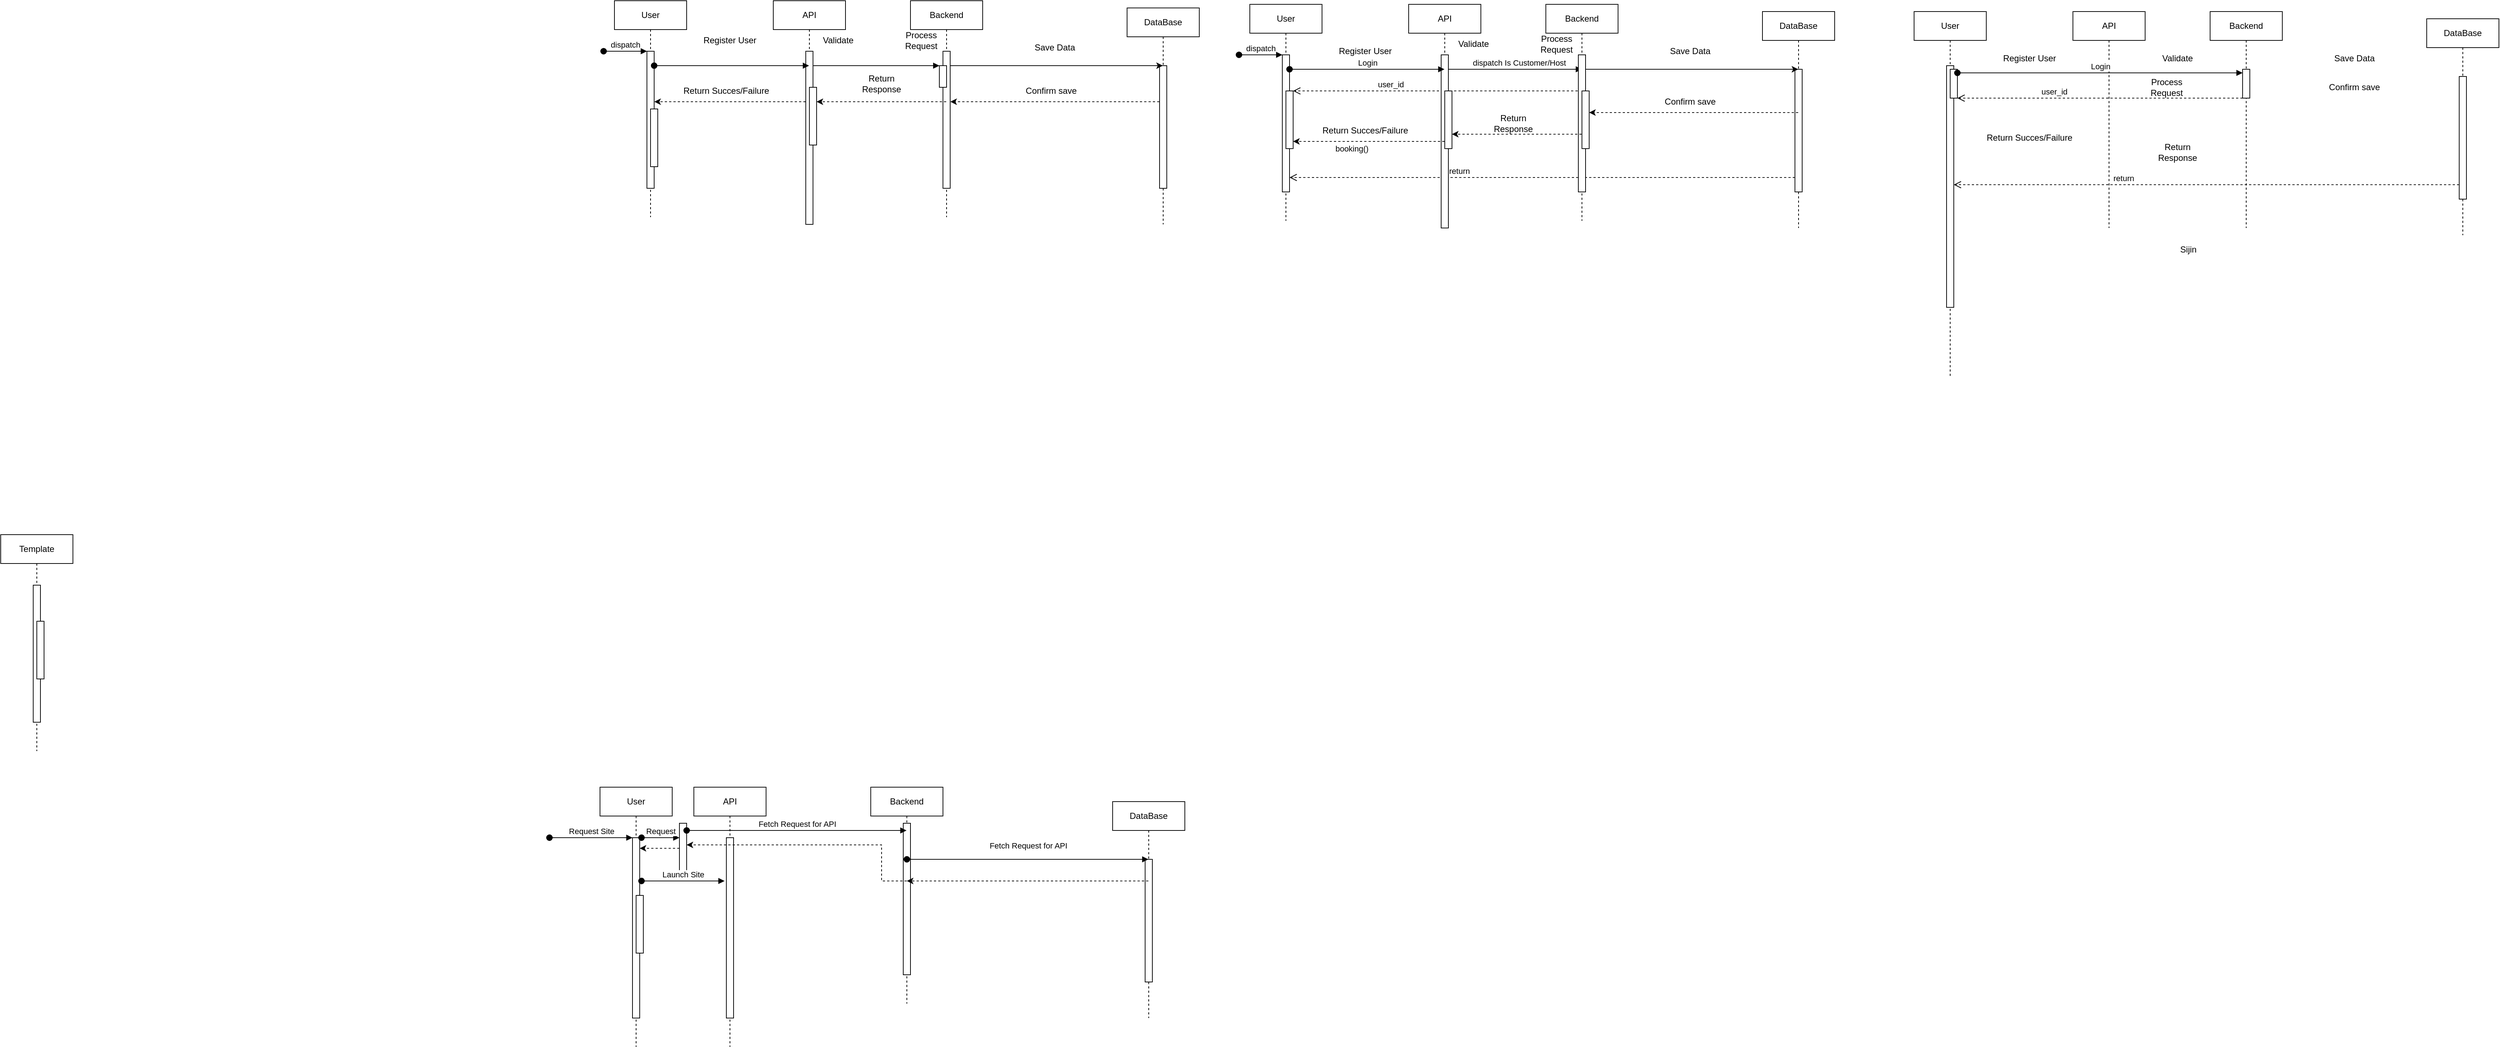
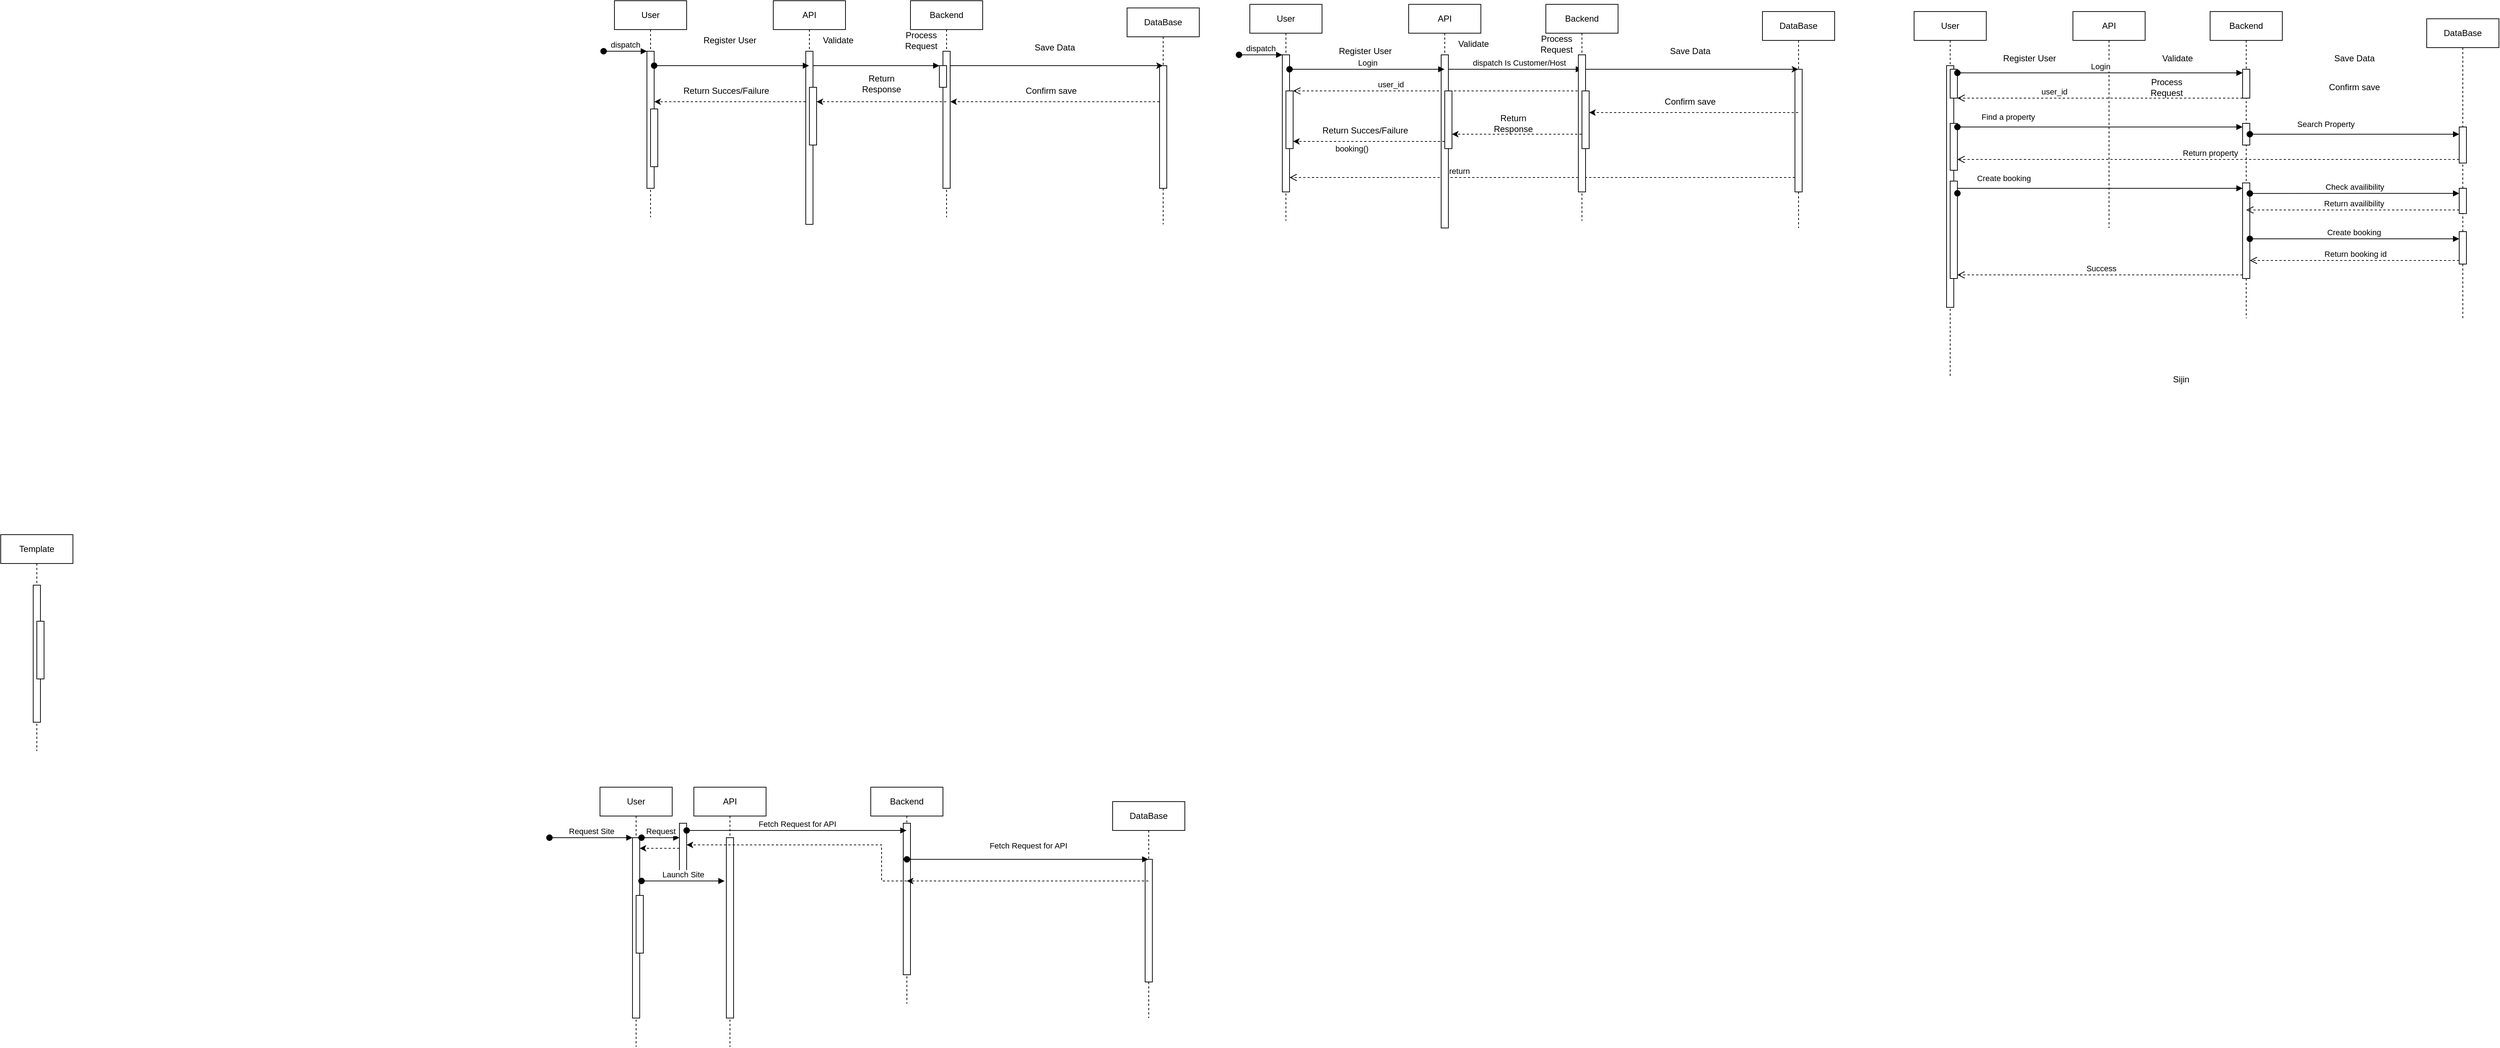
<mxfile host="app.diagrams.net" agent="5.0 (Macintosh; Intel Mac OS X 10_15_7) AppleWebKit/537.36 (KHTML, like Gecko) Chrome/109.0.0.0 Safari/537.36">
  <diagram name="Page-1" id="2YBvvXClWsGukQMizWep">
-     <mxGraphModel dx="1877" dy="375" grid="1" gridSize="10" guides="1" tooltips="1" connect="1" arrows="1" fold="1" page="1" pageScale="1" pageWidth="850" pageHeight="1100" math="0" shadow="0">
+     <mxGraphModel dx="1661" dy="998" grid="1" gridSize="10" guides="1" tooltips="1" connect="1" arrows="1" fold="1" page="1" pageScale="1" pageWidth="850" pageHeight="1100" math="0" shadow="0">
      <root>
        <mxCell id="0" />
        <mxCell id="1" parent="0" />
        <mxCell id="aM9ryv3xv72pqoxQDRHE-1" parent="1" style="shape=umlLifeline;perimeter=lifelinePerimeter;whiteSpace=wrap;html=1;container=0;dropTarget=0;collapsible=0;recursiveResize=0;outlineConnect=0;portConstraint=eastwest;newEdgeStyle={&quot;edgeStyle&quot;:&quot;elbowEdgeStyle&quot;,&quot;elbow&quot;:&quot;vertical&quot;,&quot;curved&quot;:0,&quot;rounded&quot;:0};" value="User" vertex="1">
          <mxGeometry height="300" width="100" x="30" y="40" as="geometry" />
        </mxCell>
        <mxCell id="aM9ryv3xv72pqoxQDRHE-2" parent="aM9ryv3xv72pqoxQDRHE-1" style="html=1;points=[];perimeter=orthogonalPerimeter;outlineConnect=0;targetShapes=umlLifeline;portConstraint=eastwest;newEdgeStyle={&quot;edgeStyle&quot;:&quot;elbowEdgeStyle&quot;,&quot;elbow&quot;:&quot;vertical&quot;,&quot;curved&quot;:0,&quot;rounded&quot;:0};" value="" vertex="1">
          <mxGeometry height="190" width="10" x="45" y="70" as="geometry" />
        </mxCell>
        <mxCell id="aM9ryv3xv72pqoxQDRHE-3" edge="1" parent="aM9ryv3xv72pqoxQDRHE-1" style="html=1;verticalAlign=bottom;startArrow=oval;endArrow=block;startSize=8;edgeStyle=elbowEdgeStyle;elbow=vertical;curved=0;rounded=0;" target="aM9ryv3xv72pqoxQDRHE-2" value="dispatch">
          <mxGeometry relative="1" as="geometry">
            <mxPoint x="-15" y="70" as="sourcePoint" />
          </mxGeometry>
        </mxCell>
        <mxCell id="aM9ryv3xv72pqoxQDRHE-4" parent="aM9ryv3xv72pqoxQDRHE-1" style="html=1;points=[];perimeter=orthogonalPerimeter;outlineConnect=0;targetShapes=umlLifeline;portConstraint=eastwest;newEdgeStyle={&quot;edgeStyle&quot;:&quot;elbowEdgeStyle&quot;,&quot;elbow&quot;:&quot;vertical&quot;,&quot;curved&quot;:0,&quot;rounded&quot;:0};" value="" vertex="1">
          <mxGeometry height="80" width="10" x="50" y="150" as="geometry" />
        </mxCell>
        <mxCell id="aM9ryv3xv72pqoxQDRHE-5" parent="1" style="shape=umlLifeline;perimeter=lifelinePerimeter;whiteSpace=wrap;html=1;container=0;dropTarget=0;collapsible=0;recursiveResize=0;outlineConnect=0;portConstraint=eastwest;newEdgeStyle={&quot;edgeStyle&quot;:&quot;elbowEdgeStyle&quot;,&quot;elbow&quot;:&quot;vertical&quot;,&quot;curved&quot;:0,&quot;rounded&quot;:0};" value="DataBase" vertex="1">
          <mxGeometry height="300" width="100" x="740" y="50" as="geometry" />
        </mxCell>
        <mxCell id="aM9ryv3xv72pqoxQDRHE-6" parent="aM9ryv3xv72pqoxQDRHE-5" style="html=1;points=[];perimeter=orthogonalPerimeter;outlineConnect=0;targetShapes=umlLifeline;portConstraint=eastwest;newEdgeStyle={&quot;edgeStyle&quot;:&quot;elbowEdgeStyle&quot;,&quot;elbow&quot;:&quot;vertical&quot;,&quot;curved&quot;:0,&quot;rounded&quot;:0};" value="" vertex="1">
          <mxGeometry height="170" width="10" x="45" y="80" as="geometry" />
        </mxCell>
        <mxCell id="aM9ryv3xv72pqoxQDRHE-7" edge="1" parent="1" source="7Z1T8ZwHcXeBXznP6D7j-6" style="html=1;verticalAlign=bottom;endArrow=block;edgeStyle=elbowEdgeStyle;elbow=vertical;curved=0;rounded=0;" target="7Z1T8ZwHcXeBXznP6D7j-11" value="">
          <mxGeometry relative="1" x="0.0616" as="geometry">
            <mxPoint as="offset" />
            <Array as="points">
              <mxPoint x="440" y="130" />
            </Array>
            <mxPoint x="195" y="130" as="sourcePoint" />
            <mxPoint x="480" y="130" as="targetPoint" />
          </mxGeometry>
        </mxCell>
        <mxCell id="7Z1T8ZwHcXeBXznP6D7j-5" parent="1" style="shape=umlLifeline;perimeter=lifelinePerimeter;whiteSpace=wrap;html=1;container=0;dropTarget=0;collapsible=0;recursiveResize=0;outlineConnect=0;portConstraint=eastwest;newEdgeStyle={&quot;edgeStyle&quot;:&quot;elbowEdgeStyle&quot;,&quot;elbow&quot;:&quot;vertical&quot;,&quot;curved&quot;:0,&quot;rounded&quot;:0};" value="API" vertex="1">
          <mxGeometry height="300" width="100" x="250" y="40" as="geometry" />
        </mxCell>
        <mxCell id="7Z1T8ZwHcXeBXznP6D7j-6" parent="7Z1T8ZwHcXeBXznP6D7j-5" style="html=1;points=[];perimeter=orthogonalPerimeter;outlineConnect=0;targetShapes=umlLifeline;portConstraint=eastwest;newEdgeStyle={&quot;edgeStyle&quot;:&quot;elbowEdgeStyle&quot;,&quot;elbow&quot;:&quot;vertical&quot;,&quot;curved&quot;:0,&quot;rounded&quot;:0};" value="" vertex="1">
          <mxGeometry height="240" width="10" x="45" y="70" as="geometry" />
        </mxCell>
        <mxCell id="7Z1T8ZwHcXeBXznP6D7j-8" parent="7Z1T8ZwHcXeBXznP6D7j-5" style="html=1;points=[];perimeter=orthogonalPerimeter;outlineConnect=0;targetShapes=umlLifeline;portConstraint=eastwest;newEdgeStyle={&quot;edgeStyle&quot;:&quot;elbowEdgeStyle&quot;,&quot;elbow&quot;:&quot;vertical&quot;,&quot;curved&quot;:0,&quot;rounded&quot;:0};" value="" vertex="1">
          <mxGeometry height="80" width="10" x="50" y="120" as="geometry" />
        </mxCell>
        <mxCell id="7Z1T8ZwHcXeBXznP6D7j-9" parent="1" style="shape=umlLifeline;perimeter=lifelinePerimeter;whiteSpace=wrap;html=1;container=0;dropTarget=0;collapsible=0;recursiveResize=0;outlineConnect=0;portConstraint=eastwest;newEdgeStyle={&quot;edgeStyle&quot;:&quot;elbowEdgeStyle&quot;,&quot;elbow&quot;:&quot;vertical&quot;,&quot;curved&quot;:0,&quot;rounded&quot;:0};" value="&lt;div&gt;Backend&lt;/div&gt;" vertex="1">
          <mxGeometry height="300" width="100" x="440" y="40" as="geometry" />
        </mxCell>
        <mxCell id="7Z1T8ZwHcXeBXznP6D7j-10" parent="7Z1T8ZwHcXeBXznP6D7j-9" style="html=1;points=[];perimeter=orthogonalPerimeter;outlineConnect=0;targetShapes=umlLifeline;portConstraint=eastwest;newEdgeStyle={&quot;edgeStyle&quot;:&quot;elbowEdgeStyle&quot;,&quot;elbow&quot;:&quot;vertical&quot;,&quot;curved&quot;:0,&quot;rounded&quot;:0};" value="" vertex="1">
          <mxGeometry height="190" width="10" x="45" y="70" as="geometry" />
        </mxCell>
        <mxCell id="7Z1T8ZwHcXeBXznP6D7j-11" parent="7Z1T8ZwHcXeBXznP6D7j-9" style="html=1;points=[];perimeter=orthogonalPerimeter;outlineConnect=0;targetShapes=umlLifeline;portConstraint=eastwest;newEdgeStyle={&quot;edgeStyle&quot;:&quot;elbowEdgeStyle&quot;,&quot;elbow&quot;:&quot;vertical&quot;,&quot;curved&quot;:0,&quot;rounded&quot;:0};" value="" vertex="1">
          <mxGeometry height="30" width="10" x="40" y="90" as="geometry" />
        </mxCell>
        <mxCell id="7Z1T8ZwHcXeBXznP6D7j-12" parent="1" style="shape=umlLifeline;perimeter=lifelinePerimeter;whiteSpace=wrap;html=1;container=0;dropTarget=0;collapsible=0;recursiveResize=0;outlineConnect=0;portConstraint=eastwest;newEdgeStyle={&quot;edgeStyle&quot;:&quot;elbowEdgeStyle&quot;,&quot;elbow&quot;:&quot;vertical&quot;,&quot;curved&quot;:0,&quot;rounded&quot;:0};" value="Template" vertex="1">
          <mxGeometry height="300" width="100" x="-820" y="780" as="geometry" />
        </mxCell>
        <mxCell id="7Z1T8ZwHcXeBXznP6D7j-13" parent="7Z1T8ZwHcXeBXznP6D7j-12" style="html=1;points=[];perimeter=orthogonalPerimeter;outlineConnect=0;targetShapes=umlLifeline;portConstraint=eastwest;newEdgeStyle={&quot;edgeStyle&quot;:&quot;elbowEdgeStyle&quot;,&quot;elbow&quot;:&quot;vertical&quot;,&quot;curved&quot;:0,&quot;rounded&quot;:0};" value="" vertex="1">
          <mxGeometry height="190" width="10" x="45" y="70" as="geometry" />
        </mxCell>
        <mxCell id="7Z1T8ZwHcXeBXznP6D7j-14" parent="7Z1T8ZwHcXeBXznP6D7j-12" style="html=1;points=[];perimeter=orthogonalPerimeter;outlineConnect=0;targetShapes=umlLifeline;portConstraint=eastwest;newEdgeStyle={&quot;edgeStyle&quot;:&quot;elbowEdgeStyle&quot;,&quot;elbow&quot;:&quot;vertical&quot;,&quot;curved&quot;:0,&quot;rounded&quot;:0};" value="" vertex="1">
          <mxGeometry height="80" width="10" x="50" y="120" as="geometry" />
        </mxCell>
        <mxCell id="7Z1T8ZwHcXeBXznP6D7j-18" edge="1" parent="1" style="html=1;verticalAlign=bottom;startArrow=oval;endArrow=block;startSize=8;edgeStyle=elbowEdgeStyle;elbow=vertical;curved=0;rounded=0;" target="7Z1T8ZwHcXeBXznP6D7j-5" value="">
          <mxGeometry relative="1" x="-0.3939" y="10" as="geometry">
            <mxPoint as="offset" />
            <mxPoint x="85" y="130" as="sourcePoint" />
            <mxPoint x="150" y="130" as="targetPoint" />
          </mxGeometry>
        </mxCell>
        <mxCell id="D9VVy2PClrj1YHKQl20F-1" parent="1" style="text;html=1;whiteSpace=wrap;strokeColor=none;fillColor=none;align=center;verticalAlign=middle;rounded=0;" value="Register User" vertex="1">
          <mxGeometry height="30" width="100" x="140" y="80" as="geometry" />
        </mxCell>
        <mxCell id="D9VVy2PClrj1YHKQl20F-2" parent="1" style="text;html=1;whiteSpace=wrap;strokeColor=none;fillColor=none;align=center;verticalAlign=middle;rounded=0;" value="Validate" vertex="1">
          <mxGeometry height="30" width="60" x="310" y="80" as="geometry" />
        </mxCell>
        <mxCell id="D9VVy2PClrj1YHKQl20F-3" parent="1" style="text;html=1;whiteSpace=wrap;strokeColor=none;fillColor=none;align=center;verticalAlign=middle;rounded=0;" value="Process Request" vertex="1">
          <mxGeometry height="30" width="60" x="425" y="80" as="geometry" />
        </mxCell>
        <mxCell id="I_nbtK1dwFWHWanF6EMp-1" parent="1" style="text;html=1;whiteSpace=wrap;strokeColor=none;fillColor=none;align=center;verticalAlign=middle;rounded=0;" value="Save Data" vertex="1">
          <mxGeometry height="30" width="60" x="610" y="90" as="geometry" />
        </mxCell>
        <mxCell id="I_nbtK1dwFWHWanF6EMp-2" parent="1" style="text;html=1;whiteSpace=wrap;strokeColor=none;fillColor=none;align=center;verticalAlign=middle;rounded=0;" value="Confirm save" vertex="1">
          <mxGeometry height="30" width="80" x="595.25" y="150" as="geometry" />
        </mxCell>
        <mxCell id="I_nbtK1dwFWHWanF6EMp-3" parent="1" style="text;html=1;whiteSpace=wrap;strokeColor=none;fillColor=none;align=center;verticalAlign=middle;rounded=0;" value="Return Response" vertex="1">
          <mxGeometry height="30" width="60" x="370" y="140" as="geometry" />
        </mxCell>
        <mxCell id="I_nbtK1dwFWHWanF6EMp-4" parent="1" style="text;html=1;whiteSpace=wrap;strokeColor=none;fillColor=none;align=center;verticalAlign=middle;rounded=0;" value="Return Succes/Failure" vertex="1">
          <mxGeometry height="30" width="140" x="115.25" y="150" as="geometry" />
        </mxCell>
        <mxCell id="7Z1T8ZwHcXeBXznP6D7j-20" parent="1" style="shape=umlLifeline;perimeter=lifelinePerimeter;whiteSpace=wrap;html=1;container=0;dropTarget=0;collapsible=0;recursiveResize=0;outlineConnect=0;portConstraint=eastwest;newEdgeStyle={&quot;edgeStyle&quot;:&quot;elbowEdgeStyle&quot;,&quot;elbow&quot;:&quot;vertical&quot;,&quot;curved&quot;:0,&quot;rounded&quot;:0};" value="User" vertex="1">
          <mxGeometry height="360" width="100" x="10" y="1130" as="geometry" />
        </mxCell>
        <mxCell id="7Z1T8ZwHcXeBXznP6D7j-21" parent="7Z1T8ZwHcXeBXznP6D7j-20" style="html=1;points=[];perimeter=orthogonalPerimeter;outlineConnect=0;targetShapes=umlLifeline;portConstraint=eastwest;newEdgeStyle={&quot;edgeStyle&quot;:&quot;elbowEdgeStyle&quot;,&quot;elbow&quot;:&quot;vertical&quot;,&quot;curved&quot;:0,&quot;rounded&quot;:0};" value="" vertex="1">
          <mxGeometry height="250" width="10" x="45" y="70" as="geometry" />
        </mxCell>
        <mxCell id="7Z1T8ZwHcXeBXznP6D7j-22" edge="1" parent="7Z1T8ZwHcXeBXznP6D7j-20" style="html=1;verticalAlign=bottom;startArrow=oval;endArrow=block;startSize=8;edgeStyle=elbowEdgeStyle;elbow=vertical;curved=0;rounded=0;" target="7Z1T8ZwHcXeBXznP6D7j-21" value="&lt;div&gt;Request Site&lt;/div&gt;">
          <mxGeometry relative="1" as="geometry">
            <mxPoint x="-70" y="70" as="sourcePoint" />
          </mxGeometry>
        </mxCell>
        <mxCell id="7Z1T8ZwHcXeBXznP6D7j-23" parent="7Z1T8ZwHcXeBXznP6D7j-20" style="html=1;points=[];perimeter=orthogonalPerimeter;outlineConnect=0;targetShapes=umlLifeline;portConstraint=eastwest;newEdgeStyle={&quot;edgeStyle&quot;:&quot;elbowEdgeStyle&quot;,&quot;elbow&quot;:&quot;vertical&quot;,&quot;curved&quot;:0,&quot;rounded&quot;:0};" value="" vertex="1">
          <mxGeometry height="80" width="10" x="50" y="150" as="geometry" />
        </mxCell>
        <mxCell id="_QFFP_39c0ER-aZENGy8-1" edge="1" parent="1" source="7Z1T8ZwHcXeBXznP6D7j-10" style="endArrow=classic;html=1;rounded=0;" target="aM9ryv3xv72pqoxQDRHE-5" value="">
          <mxGeometry height="50" relative="1" width="50" as="geometry">
            <Array as="points">
              <mxPoint x="650" y="130" />
            </Array>
            <mxPoint x="490" y="170" as="sourcePoint" />
            <mxPoint x="540" y="120" as="targetPoint" />
          </mxGeometry>
        </mxCell>
        <mxCell id="7Z1T8ZwHcXeBXznP6D7j-24" parent="1" style="shape=umlLifeline;perimeter=lifelinePerimeter;whiteSpace=wrap;html=1;container=0;dropTarget=0;collapsible=0;recursiveResize=0;outlineConnect=0;portConstraint=eastwest;newEdgeStyle={&quot;edgeStyle&quot;:&quot;elbowEdgeStyle&quot;,&quot;elbow&quot;:&quot;vertical&quot;,&quot;curved&quot;:0,&quot;rounded&quot;:0};" value="DataBase" vertex="1">
          <mxGeometry height="300" width="100" x="720" y="1150" as="geometry" />
        </mxCell>
        <mxCell id="7Z1T8ZwHcXeBXznP6D7j-25" parent="7Z1T8ZwHcXeBXznP6D7j-24" style="html=1;points=[];perimeter=orthogonalPerimeter;outlineConnect=0;targetShapes=umlLifeline;portConstraint=eastwest;newEdgeStyle={&quot;edgeStyle&quot;:&quot;elbowEdgeStyle&quot;,&quot;elbow&quot;:&quot;vertical&quot;,&quot;curved&quot;:0,&quot;rounded&quot;:0};" value="" vertex="1">
          <mxGeometry height="170" width="10" x="45" y="80" as="geometry" />
        </mxCell>
        <mxCell id="_QFFP_39c0ER-aZENGy8-2" edge="1" parent="1" style="endArrow=classic;html=1;rounded=0;dashed=1;" value="">
          <mxGeometry height="50" relative="1" width="50" as="geometry">
            <Array as="points">
              <mxPoint x="635.25" y="180" />
            </Array>
            <mxPoint x="784.75" y="179.9999999999999" as="sourcePoint" />
            <mxPoint x="495.25" y="179.9999999999999" as="targetPoint" />
          </mxGeometry>
        </mxCell>
        <mxCell id="_QFFP_39c0ER-aZENGy8-3" edge="1" parent="1" style="endArrow=classic;html=1;rounded=0;dashed=1;" value="">
          <mxGeometry height="50" relative="1" width="50" as="geometry">
            <Array as="points">
              <mxPoint x="400" y="180" />
            </Array>
            <mxPoint x="489.5" y="179.9999999999999" as="sourcePoint" />
            <mxPoint x="310" y="179.9999999999999" as="targetPoint" />
          </mxGeometry>
        </mxCell>
        <mxCell id="_QFFP_39c0ER-aZENGy8-4" edge="1" parent="1" style="endArrow=classic;html=1;rounded=0;dashed=1;" value="">
          <mxGeometry height="50" relative="1" width="50" as="geometry">
            <Array as="points">
              <mxPoint x="195.25" y="180" />
            </Array>
            <mxPoint x="294.75" y="179.9999999999999" as="sourcePoint" />
            <mxPoint x="85.25" y="179.9999999999999" as="targetPoint" />
          </mxGeometry>
        </mxCell>
        <mxCell id="_QFFP_39c0ER-aZENGy8-33" parent="1" style="shape=umlLifeline;perimeter=lifelinePerimeter;whiteSpace=wrap;html=1;container=0;dropTarget=0;collapsible=0;recursiveResize=0;outlineConnect=0;portConstraint=eastwest;newEdgeStyle={&quot;edgeStyle&quot;:&quot;elbowEdgeStyle&quot;,&quot;elbow&quot;:&quot;vertical&quot;,&quot;curved&quot;:0,&quot;rounded&quot;:0};" value="User" vertex="1">
          <mxGeometry height="300" width="100" x="910" y="45" as="geometry" />
        </mxCell>
        <mxCell id="_QFFP_39c0ER-aZENGy8-34" parent="_QFFP_39c0ER-aZENGy8-33" style="html=1;points=[];perimeter=orthogonalPerimeter;outlineConnect=0;targetShapes=umlLifeline;portConstraint=eastwest;newEdgeStyle={&quot;edgeStyle&quot;:&quot;elbowEdgeStyle&quot;,&quot;elbow&quot;:&quot;vertical&quot;,&quot;curved&quot;:0,&quot;rounded&quot;:0};" value="" vertex="1">
          <mxGeometry height="190" width="10" x="45" y="70" as="geometry" />
        </mxCell>
        <mxCell id="_QFFP_39c0ER-aZENGy8-35" edge="1" parent="_QFFP_39c0ER-aZENGy8-33" style="html=1;verticalAlign=bottom;startArrow=oval;endArrow=block;startSize=8;edgeStyle=elbowEdgeStyle;elbow=vertical;curved=0;rounded=0;" target="_QFFP_39c0ER-aZENGy8-34" value="dispatch">
          <mxGeometry relative="1" as="geometry">
            <mxPoint x="-15" y="70" as="sourcePoint" />
          </mxGeometry>
        </mxCell>
        <mxCell id="_QFFP_39c0ER-aZENGy8-36" parent="_QFFP_39c0ER-aZENGy8-33" style="html=1;points=[];perimeter=orthogonalPerimeter;outlineConnect=0;targetShapes=umlLifeline;portConstraint=eastwest;newEdgeStyle={&quot;edgeStyle&quot;:&quot;elbowEdgeStyle&quot;,&quot;elbow&quot;:&quot;vertical&quot;,&quot;curved&quot;:0,&quot;rounded&quot;:0};" value="" vertex="1">
          <mxGeometry height="80" width="10" x="50" y="120" as="geometry" />
        </mxCell>
        <mxCell id="7Z1T8ZwHcXeBXznP6D7j-30" parent="1" style="shape=umlLifeline;perimeter=lifelinePerimeter;whiteSpace=wrap;html=1;container=0;dropTarget=0;collapsible=0;recursiveResize=0;outlineConnect=0;portConstraint=eastwest;newEdgeStyle={&quot;edgeStyle&quot;:&quot;elbowEdgeStyle&quot;,&quot;elbow&quot;:&quot;vertical&quot;,&quot;curved&quot;:0,&quot;rounded&quot;:0};" value="API" vertex="1">
          <mxGeometry height="360" width="100" x="140" y="1130" as="geometry" />
        </mxCell>
        <mxCell id="7Z1T8ZwHcXeBXznP6D7j-31" parent="7Z1T8ZwHcXeBXznP6D7j-30" style="html=1;points=[];perimeter=orthogonalPerimeter;outlineConnect=0;targetShapes=umlLifeline;portConstraint=eastwest;newEdgeStyle={&quot;edgeStyle&quot;:&quot;elbowEdgeStyle&quot;,&quot;elbow&quot;:&quot;vertical&quot;,&quot;curved&quot;:0,&quot;rounded&quot;:0};" value="" vertex="1">
          <mxGeometry height="250" width="10" x="45" y="70" as="geometry" />
        </mxCell>
        <mxCell id="_QFFP_39c0ER-aZENGy8-37" parent="1" style="shape=umlLifeline;perimeter=lifelinePerimeter;whiteSpace=wrap;html=1;container=0;dropTarget=0;collapsible=0;recursiveResize=0;outlineConnect=0;portConstraint=eastwest;newEdgeStyle={&quot;edgeStyle&quot;:&quot;elbowEdgeStyle&quot;,&quot;elbow&quot;:&quot;vertical&quot;,&quot;curved&quot;:0,&quot;rounded&quot;:0};" value="DataBase" vertex="1">
          <mxGeometry height="300" width="100" x="1620" y="55" as="geometry" />
        </mxCell>
        <mxCell id="_QFFP_39c0ER-aZENGy8-38" parent="_QFFP_39c0ER-aZENGy8-37" style="html=1;points=[];perimeter=orthogonalPerimeter;outlineConnect=0;targetShapes=umlLifeline;portConstraint=eastwest;newEdgeStyle={&quot;edgeStyle&quot;:&quot;elbowEdgeStyle&quot;,&quot;elbow&quot;:&quot;vertical&quot;,&quot;curved&quot;:0,&quot;rounded&quot;:0};" value="" vertex="1">
          <mxGeometry height="170" width="10" x="45" y="80" as="geometry" />
        </mxCell>
        <mxCell id="7Z1T8ZwHcXeBXznP6D7j-33" parent="1" style="shape=umlLifeline;perimeter=lifelinePerimeter;whiteSpace=wrap;html=1;container=0;dropTarget=0;collapsible=0;recursiveResize=0;outlineConnect=0;portConstraint=eastwest;newEdgeStyle={&quot;edgeStyle&quot;:&quot;elbowEdgeStyle&quot;,&quot;elbow&quot;:&quot;vertical&quot;,&quot;curved&quot;:0,&quot;rounded&quot;:0};" value="&lt;div&gt;Backend&lt;/div&gt;" vertex="1">
          <mxGeometry height="300" width="100" x="385" y="1130" as="geometry" />
        </mxCell>
        <mxCell id="7Z1T8ZwHcXeBXznP6D7j-34" parent="7Z1T8ZwHcXeBXznP6D7j-33" style="html=1;points=[];perimeter=orthogonalPerimeter;outlineConnect=0;targetShapes=umlLifeline;portConstraint=eastwest;newEdgeStyle={&quot;edgeStyle&quot;:&quot;elbowEdgeStyle&quot;,&quot;elbow&quot;:&quot;vertical&quot;,&quot;curved&quot;:0,&quot;rounded&quot;:0};" value="" vertex="1">
          <mxGeometry height="210" width="10" x="45" y="50" as="geometry" />
        </mxCell>
        <mxCell id="_QFFP_39c0ER-aZENGy8-39" edge="1" parent="1" source="_QFFP_39c0ER-aZENGy8-44" style="html=1;verticalAlign=bottom;endArrow=block;edgeStyle=elbowEdgeStyle;elbow=vertical;curved=0;rounded=0;entryX=0.5;entryY=0.105;entryDx=0;entryDy=0;entryPerimeter=0;" target="_QFFP_39c0ER-aZENGy8-47" value="dispatch Is Customer/Host">
          <mxGeometry relative="1" x="0.0616" as="geometry">
            <mxPoint as="offset" />
            <Array as="points">
              <mxPoint x="1320" y="135" />
            </Array>
            <mxPoint x="1075" y="135" as="sourcePoint" />
            <mxPoint x="1360" y="135" as="targetPoint" />
          </mxGeometry>
        </mxCell>
        <mxCell id="_QFFP_39c0ER-aZENGy8-40" connectable="0" parent="_QFFP_39c0ER-aZENGy8-39" style="edgeLabel;html=1;align=center;verticalAlign=middle;resizable=0;points=[];" value="booking()" vertex="1">
          <mxGeometry relative="1" x="-0.6283" y="3" as="geometry">
            <mxPoint x="-169" y="113" as="offset" />
          </mxGeometry>
        </mxCell>
        <mxCell id="_QFFP_39c0ER-aZENGy8-41" edge="1" parent="1" source="_QFFP_39c0ER-aZENGy8-38" style="html=1;verticalAlign=bottom;endArrow=open;dashed=1;endSize=8;edgeStyle=elbowEdgeStyle;elbow=vertical;curved=0;rounded=0;" target="_QFFP_39c0ER-aZENGy8-34" value="return">
          <mxGeometry relative="1" x="0.3286" as="geometry">
            <mxPoint as="offset" />
            <Array as="points">
              <mxPoint x="1070" y="285" />
            </Array>
            <mxPoint x="1075" y="210" as="targetPoint" />
          </mxGeometry>
        </mxCell>
        <mxCell id="_QFFP_39c0ER-aZENGy8-42" edge="1" parent="1" source="_QFFP_39c0ER-aZENGy8-48" style="html=1;verticalAlign=bottom;endArrow=open;dashed=1;endSize=8;edgeStyle=elbowEdgeStyle;elbow=vertical;curved=0;rounded=0;" target="_QFFP_39c0ER-aZENGy8-36" value="user_id">
          <mxGeometry relative="1" x="0.325" as="geometry">
            <mxPoint as="offset" />
            <Array as="points">
              <mxPoint x="1330" y="165" />
            </Array>
            <mxPoint x="1430" y="165" as="sourcePoint" />
            <mxPoint x="1020" y="165" as="targetPoint" />
          </mxGeometry>
        </mxCell>
        <mxCell id="_QFFP_39c0ER-aZENGy8-43" parent="1" style="shape=umlLifeline;perimeter=lifelinePerimeter;whiteSpace=wrap;html=1;container=0;dropTarget=0;collapsible=0;recursiveResize=0;outlineConnect=0;portConstraint=eastwest;newEdgeStyle={&quot;edgeStyle&quot;:&quot;elbowEdgeStyle&quot;,&quot;elbow&quot;:&quot;vertical&quot;,&quot;curved&quot;:0,&quot;rounded&quot;:0};" value="API" vertex="1">
          <mxGeometry height="300" width="100" x="1130" y="45" as="geometry" />
        </mxCell>
        <mxCell id="_QFFP_39c0ER-aZENGy8-44" parent="_QFFP_39c0ER-aZENGy8-43" style="html=1;points=[];perimeter=orthogonalPerimeter;outlineConnect=0;targetShapes=umlLifeline;portConstraint=eastwest;newEdgeStyle={&quot;edgeStyle&quot;:&quot;elbowEdgeStyle&quot;,&quot;elbow&quot;:&quot;vertical&quot;,&quot;curved&quot;:0,&quot;rounded&quot;:0};" value="" vertex="1">
          <mxGeometry height="240" width="10" x="45" y="70" as="geometry" />
        </mxCell>
        <mxCell id="_QFFP_39c0ER-aZENGy8-45" parent="_QFFP_39c0ER-aZENGy8-43" style="html=1;points=[];perimeter=orthogonalPerimeter;outlineConnect=0;targetShapes=umlLifeline;portConstraint=eastwest;newEdgeStyle={&quot;edgeStyle&quot;:&quot;elbowEdgeStyle&quot;,&quot;elbow&quot;:&quot;vertical&quot;,&quot;curved&quot;:0,&quot;rounded&quot;:0};" value="" vertex="1">
          <mxGeometry height="80" width="10" x="50" y="120" as="geometry" />
        </mxCell>
        <mxCell id="_QFFP_39c0ER-aZENGy8-46" parent="1" style="shape=umlLifeline;perimeter=lifelinePerimeter;whiteSpace=wrap;html=1;container=0;dropTarget=0;collapsible=0;recursiveResize=0;outlineConnect=0;portConstraint=eastwest;newEdgeStyle={&quot;edgeStyle&quot;:&quot;elbowEdgeStyle&quot;,&quot;elbow&quot;:&quot;vertical&quot;,&quot;curved&quot;:0,&quot;rounded&quot;:0};" value="&lt;div&gt;Backend&lt;/div&gt;" vertex="1">
          <mxGeometry height="300" width="100" x="1320" y="45" as="geometry" />
        </mxCell>
        <mxCell id="_QFFP_39c0ER-aZENGy8-47" parent="_QFFP_39c0ER-aZENGy8-46" style="html=1;points=[];perimeter=orthogonalPerimeter;outlineConnect=0;targetShapes=umlLifeline;portConstraint=eastwest;newEdgeStyle={&quot;edgeStyle&quot;:&quot;elbowEdgeStyle&quot;,&quot;elbow&quot;:&quot;vertical&quot;,&quot;curved&quot;:0,&quot;rounded&quot;:0};" value="" vertex="1">
          <mxGeometry height="190" width="10" x="45" y="70" as="geometry" />
        </mxCell>
        <mxCell id="_QFFP_39c0ER-aZENGy8-48" parent="_QFFP_39c0ER-aZENGy8-46" style="html=1;points=[];perimeter=orthogonalPerimeter;outlineConnect=0;targetShapes=umlLifeline;portConstraint=eastwest;newEdgeStyle={&quot;edgeStyle&quot;:&quot;elbowEdgeStyle&quot;,&quot;elbow&quot;:&quot;vertical&quot;,&quot;curved&quot;:0,&quot;rounded&quot;:0};" value="" vertex="1">
          <mxGeometry height="80" width="10" x="50" y="120" as="geometry" />
        </mxCell>
        <mxCell id="_QFFP_39c0ER-aZENGy8-49" edge="1" parent="1" style="html=1;verticalAlign=bottom;startArrow=oval;endArrow=block;startSize=8;edgeStyle=elbowEdgeStyle;elbow=vertical;curved=0;rounded=0;" target="_QFFP_39c0ER-aZENGy8-43" value="Login">
          <mxGeometry relative="1" as="geometry">
            <mxPoint x="965" y="135" as="sourcePoint" />
            <mxPoint x="1030" y="135" as="targetPoint" />
          </mxGeometry>
        </mxCell>
        <mxCell id="_QFFP_39c0ER-aZENGy8-50" parent="1" style="text;html=1;whiteSpace=wrap;strokeColor=none;fillColor=none;align=center;verticalAlign=middle;rounded=0;" value="Register User" vertex="1">
          <mxGeometry height="30" width="100" x="1020" y="95" as="geometry" />
        </mxCell>
        <mxCell id="_QFFP_39c0ER-aZENGy8-51" parent="1" style="text;html=1;whiteSpace=wrap;strokeColor=none;fillColor=none;align=center;verticalAlign=middle;rounded=0;" value="Validate" vertex="1">
          <mxGeometry height="30" width="60" x="1190" y="85" as="geometry" />
        </mxCell>
        <mxCell id="_QFFP_39c0ER-aZENGy8-52" parent="1" style="text;html=1;whiteSpace=wrap;strokeColor=none;fillColor=none;align=center;verticalAlign=middle;rounded=0;" value="Process Request" vertex="1">
          <mxGeometry height="30" width="60" x="1305" y="85" as="geometry" />
        </mxCell>
        <mxCell id="_QFFP_39c0ER-aZENGy8-53" parent="1" style="text;html=1;whiteSpace=wrap;strokeColor=none;fillColor=none;align=center;verticalAlign=middle;rounded=0;" value="Save Data" vertex="1">
          <mxGeometry height="30" width="60" x="1490" y="95" as="geometry" />
        </mxCell>
        <mxCell id="_QFFP_39c0ER-aZENGy8-54" parent="1" style="text;html=1;whiteSpace=wrap;strokeColor=none;fillColor=none;align=center;verticalAlign=middle;rounded=0;" value="Confirm save" vertex="1">
          <mxGeometry height="30" width="80" x="1480" y="165" as="geometry" />
        </mxCell>
        <mxCell id="_QFFP_39c0ER-aZENGy8-55" parent="1" style="text;html=1;whiteSpace=wrap;strokeColor=none;fillColor=none;align=center;verticalAlign=middle;rounded=0;" value="Return Response" vertex="1">
          <mxGeometry height="30" width="60" x="1245" y="195" as="geometry" />
        </mxCell>
        <mxCell id="_QFFP_39c0ER-aZENGy8-56" parent="1" style="text;html=1;whiteSpace=wrap;strokeColor=none;fillColor=none;align=center;verticalAlign=middle;rounded=0;" value="Return Succes/Failure" vertex="1">
          <mxGeometry height="30" width="140" x="1000" y="205" as="geometry" />
        </mxCell>
        <mxCell id="_QFFP_39c0ER-aZENGy8-57" edge="1" parent="1" source="_QFFP_39c0ER-aZENGy8-47" style="endArrow=classic;html=1;rounded=0;" target="_QFFP_39c0ER-aZENGy8-37" value="">
          <mxGeometry height="50" relative="1" width="50" as="geometry">
            <Array as="points">
              <mxPoint x="1530" y="135" />
            </Array>
            <mxPoint x="1370" y="175" as="sourcePoint" />
            <mxPoint x="1420" y="125" as="targetPoint" />
          </mxGeometry>
        </mxCell>
        <mxCell id="_QFFP_39c0ER-aZENGy8-58" edge="1" parent="1" source="_QFFP_39c0ER-aZENGy8-37" style="endArrow=classic;html=1;rounded=0;dashed=1;" target="_QFFP_39c0ER-aZENGy8-48" value="">
          <mxGeometry height="50" relative="1" width="50" as="geometry">
            <Array as="points">
              <mxPoint x="1520" y="195" />
            </Array>
            <mxPoint x="1660" y="235" as="sourcePoint" />
            <mxPoint x="1710" y="185" as="targetPoint" />
          </mxGeometry>
        </mxCell>
        <mxCell id="_QFFP_39c0ER-aZENGy8-59" edge="1" parent="1" source="_QFFP_39c0ER-aZENGy8-46" style="endArrow=classic;html=1;rounded=0;dashed=1;" target="_QFFP_39c0ER-aZENGy8-45" value="">
          <mxGeometry height="50" relative="1" width="50" as="geometry">
            <Array as="points">
              <mxPoint x="1280" y="225" />
            </Array>
            <mxPoint x="1360" y="275" as="sourcePoint" />
            <mxPoint x="1410" y="225" as="targetPoint" />
          </mxGeometry>
        </mxCell>
        <mxCell id="_QFFP_39c0ER-aZENGy8-60" edge="1" parent="1" source="_QFFP_39c0ER-aZENGy8-43" style="endArrow=classic;html=1;rounded=0;dashed=1;" target="_QFFP_39c0ER-aZENGy8-36" value="">
          <mxGeometry height="50" relative="1" width="50" as="geometry">
            <Array as="points">
              <mxPoint x="1080" y="235" />
            </Array>
            <mxPoint x="1340" y="345" as="sourcePoint" />
            <mxPoint x="1390" y="295" as="targetPoint" />
          </mxGeometry>
        </mxCell>
        <mxCell id="68ymO_Sjnk0znAFFcrqy-1" parent="1" style="shape=umlLifeline;perimeter=lifelinePerimeter;whiteSpace=wrap;html=1;container=0;dropTarget=0;collapsible=0;recursiveResize=0;outlineConnect=0;portConstraint=eastwest;newEdgeStyle={&quot;edgeStyle&quot;:&quot;elbowEdgeStyle&quot;,&quot;elbow&quot;:&quot;vertical&quot;,&quot;curved&quot;:0,&quot;rounded&quot;:0};" value="User" vertex="1">
          <mxGeometry height="505" width="100" x="1830" y="55" as="geometry" />
        </mxCell>
        <mxCell id="DhhXMbWg79UAvs8icK3S-2" parent="68ymO_Sjnk0znAFFcrqy-1" style="html=1;points=[];perimeter=orthogonalPerimeter;outlineConnect=0;targetShapes=umlLifeline;portConstraint=eastwest;newEdgeStyle={&quot;edgeStyle&quot;:&quot;elbowEdgeStyle&quot;,&quot;elbow&quot;:&quot;vertical&quot;,&quot;curved&quot;:0,&quot;rounded&quot;:0};" value="" vertex="1">
          <mxGeometry height="335" width="10" x="45" y="75" as="geometry" />
        </mxCell>
        <mxCell id="DhhXMbWg79UAvs8icK3S-4" parent="68ymO_Sjnk0znAFFcrqy-1" style="html=1;points=[];perimeter=orthogonalPerimeter;outlineConnect=0;targetShapes=umlLifeline;portConstraint=eastwest;newEdgeStyle={&quot;edgeStyle&quot;:&quot;elbowEdgeStyle&quot;,&quot;elbow&quot;:&quot;vertical&quot;,&quot;curved&quot;:0,&quot;rounded&quot;:0};" value="" vertex="1">
          <mxGeometry height="40" width="10" x="50" y="80" as="geometry" />
        </mxCell>
+         <mxCell id="DqHyfR3eGS3xM4o2pyak-10" parent="68ymO_Sjnk0znAFFcrqy-1" style="html=1;points=[];perimeter=orthogonalPerimeter;outlineConnect=0;targetShapes=umlLifeline;portConstraint=eastwest;newEdgeStyle={&quot;edgeStyle&quot;:&quot;elbowEdgeStyle&quot;,&quot;elbow&quot;:&quot;vertical&quot;,&quot;curved&quot;:0,&quot;rounded&quot;:0};" value="&lt;span style=&quot;color: rgba(0, 0, 0, 0); font-family: monospace; font-size: 0px; text-align: start;&quot;&gt;%3CmxGraphModel%3E%3Croot%3E%3CmxCell%20id%3D%220%22%2F%3E%3CmxCell%20id%3D%221%22%20parent%3D%220%22%2F%3E%3CmxCell%20id%3D%222%22%20parent%3D%221%22%20style%3D%22html%3D1%3Bpoints%3D%5B%5D%3Bperimeter%3DorthogonalPerimeter%3BoutlineConnect%3D0%3BtargetShapes%3DumlLifeline%3BportConstraint%3Deastwest%3BnewEdgeStyle%3D%7B%26quot%3BedgeStyle%26quot%3B%3A%26quot%3BelbowEdgeStyle%26quot%3B%2C%26quot%3Belbow%26quot%3B%3A%26quot%3Bvertical%26quot%3B%2C%26quot%3Bcurved%26quot%3B%3A0%2C%26quot%3Brounded%26quot%3B%3A0%7D%3B%22%20value%3D%22%22%20vertex%3D%221%22%3E%3CmxGeometry%20height%3D%2230%22%20width%3D%2210%22%20x%3D%222285%22%20y%3D%22210%22%20as%3D%22geometry%22%2F%3E%3C%2FmxCell%3E%3C%2Froot%3E%3C%2FmxGraphModel%3E&lt;/span&gt;" vertex="1">
+           <mxGeometry height="65" width="10" x="50" y="155" as="geometry" />
+         </mxCell>
+         <mxCell id="DqHyfR3eGS3xM4o2pyak-20" parent="68ymO_Sjnk0znAFFcrqy-1" style="html=1;points=[];perimeter=orthogonalPerimeter;outlineConnect=0;targetShapes=umlLifeline;portConstraint=eastwest;newEdgeStyle={&quot;edgeStyle&quot;:&quot;elbowEdgeStyle&quot;,&quot;elbow&quot;:&quot;vertical&quot;,&quot;curved&quot;:0,&quot;rounded&quot;:0};" value="" vertex="1">
+           <mxGeometry height="135" width="10" x="50" y="235" as="geometry" />
+         </mxCell>
        <mxCell id="68ymO_Sjnk0znAFFcrqy-5" parent="1" style="shape=umlLifeline;perimeter=lifelinePerimeter;whiteSpace=wrap;html=1;container=0;dropTarget=0;collapsible=0;recursiveResize=0;outlineConnect=0;portConstraint=eastwest;newEdgeStyle={&quot;edgeStyle&quot;:&quot;elbowEdgeStyle&quot;,&quot;elbow&quot;:&quot;vertical&quot;,&quot;curved&quot;:0,&quot;rounded&quot;:0};" value="DataBase" vertex="1">
-           <mxGeometry height="300" width="100" x="2540" y="65" as="geometry" />
+           <mxGeometry height="415" width="100" x="2540" y="65" as="geometry" />
        </mxCell>
        <mxCell id="68ymO_Sjnk0znAFFcrqy-6" parent="68ymO_Sjnk0znAFFcrqy-5" style="html=1;points=[];perimeter=orthogonalPerimeter;outlineConnect=0;targetShapes=umlLifeline;portConstraint=eastwest;newEdgeStyle={&quot;edgeStyle&quot;:&quot;elbowEdgeStyle&quot;,&quot;elbow&quot;:&quot;vertical&quot;,&quot;curved&quot;:0,&quot;rounded&quot;:0};" value="" vertex="1">
-           <mxGeometry height="170" width="10" x="45" y="80" as="geometry" />
-         </mxCell>
-         <mxCell id="68ymO_Sjnk0znAFFcrqy-9" edge="1" parent="1" source="68ymO_Sjnk0znAFFcrqy-6" style="html=1;verticalAlign=bottom;endArrow=open;dashed=1;endSize=8;edgeStyle=elbowEdgeStyle;elbow=vertical;curved=0;rounded=0;" value="return">
-           <mxGeometry relative="1" x="0.3286" as="geometry">
-             <mxPoint as="offset" />
-             <Array as="points">
-               <mxPoint x="1990" y="295" />
-             </Array>
-             <mxPoint x="1885" y="295" as="targetPoint" />
-           </mxGeometry>
+           <mxGeometry height="50" width="10" x="45" y="150" as="geometry" />
+         </mxCell>
+         <mxCell id="DqHyfR3eGS3xM4o2pyak-24" parent="68ymO_Sjnk0znAFFcrqy-5" style="html=1;points=[];perimeter=orthogonalPerimeter;outlineConnect=0;targetShapes=umlLifeline;portConstraint=eastwest;newEdgeStyle={&quot;edgeStyle&quot;:&quot;elbowEdgeStyle&quot;,&quot;elbow&quot;:&quot;vertical&quot;,&quot;curved&quot;:0,&quot;rounded&quot;:0};" value="" vertex="1">
+           <mxGeometry height="35" width="10" x="45" y="235" as="geometry" />
+         </mxCell>
+         <mxCell id="DqHyfR3eGS3xM4o2pyak-26" parent="68ymO_Sjnk0znAFFcrqy-5" style="html=1;points=[];perimeter=orthogonalPerimeter;outlineConnect=0;targetShapes=umlLifeline;portConstraint=eastwest;newEdgeStyle={&quot;edgeStyle&quot;:&quot;elbowEdgeStyle&quot;,&quot;elbow&quot;:&quot;vertical&quot;,&quot;curved&quot;:0,&quot;rounded&quot;:0};" value="" vertex="1">
+           <mxGeometry height="45" width="10" x="45" y="295" as="geometry" />
        </mxCell>
        <mxCell id="68ymO_Sjnk0znAFFcrqy-10" edge="1" parent="1" source="68ymO_Sjnk0znAFFcrqy-16" style="html=1;verticalAlign=bottom;endArrow=open;dashed=1;endSize=8;edgeStyle=elbowEdgeStyle;elbow=vertical;curved=0;rounded=0;" target="DhhXMbWg79UAvs8icK3S-4" value="user_id">
          <mxGeometry relative="1" x="0.325" as="geometry">
            <mxPoint as="offset" />
            <Array as="points">
              <mxPoint x="2260" y="175" />
            </Array>
            <mxPoint x="2260" y="175" as="sourcePoint" />
            <mxPoint x="1910" y="180" as="targetPoint" />
          </mxGeometry>
        </mxCell>
        <mxCell id="68ymO_Sjnk0znAFFcrqy-11" parent="1" style="shape=umlLifeline;perimeter=lifelinePerimeter;whiteSpace=wrap;html=1;container=0;dropTarget=0;collapsible=0;recursiveResize=0;outlineConnect=0;portConstraint=eastwest;newEdgeStyle={&quot;edgeStyle&quot;:&quot;elbowEdgeStyle&quot;,&quot;elbow&quot;:&quot;vertical&quot;,&quot;curved&quot;:0,&quot;rounded&quot;:0};" value="API" vertex="1">
          <mxGeometry height="300" width="100" x="2050" y="55" as="geometry" />
        </mxCell>
        <mxCell id="68ymO_Sjnk0znAFFcrqy-14" parent="1" style="shape=umlLifeline;perimeter=lifelinePerimeter;whiteSpace=wrap;html=1;container=0;dropTarget=0;collapsible=0;recursiveResize=0;outlineConnect=0;portConstraint=eastwest;newEdgeStyle={&quot;edgeStyle&quot;:&quot;elbowEdgeStyle&quot;,&quot;elbow&quot;:&quot;vertical&quot;,&quot;curved&quot;:0,&quot;rounded&quot;:0};" value="&lt;div&gt;Backend&lt;/div&gt;" vertex="1">
-           <mxGeometry height="300" width="100" x="2240" y="55" as="geometry" />
+           <mxGeometry height="425" width="100" x="2240" y="55" as="geometry" />
        </mxCell>
        <mxCell id="68ymO_Sjnk0znAFFcrqy-16" parent="68ymO_Sjnk0znAFFcrqy-14" style="html=1;points=[];perimeter=orthogonalPerimeter;outlineConnect=0;targetShapes=umlLifeline;portConstraint=eastwest;newEdgeStyle={&quot;edgeStyle&quot;:&quot;elbowEdgeStyle&quot;,&quot;elbow&quot;:&quot;vertical&quot;,&quot;curved&quot;:0,&quot;rounded&quot;:0};" value="" vertex="1">
          <mxGeometry height="40" width="10" x="45" y="80" as="geometry" />
        </mxCell>
+         <mxCell id="DqHyfR3eGS3xM4o2pyak-22" parent="68ymO_Sjnk0znAFFcrqy-14" style="html=1;points=[];perimeter=orthogonalPerimeter;outlineConnect=0;targetShapes=umlLifeline;portConstraint=eastwest;newEdgeStyle={&quot;edgeStyle&quot;:&quot;elbowEdgeStyle&quot;,&quot;elbow&quot;:&quot;vertical&quot;,&quot;curved&quot;:0,&quot;rounded&quot;:0};" value="" vertex="1">
+           <mxGeometry height="132.5" width="10" x="45" y="237.5" as="geometry" />
+         </mxCell>
        <mxCell id="68ymO_Sjnk0znAFFcrqy-17" edge="1" parent="1" source="DhhXMbWg79UAvs8icK3S-4" style="html=1;verticalAlign=bottom;startArrow=oval;endArrow=block;startSize=8;edgeStyle=elbowEdgeStyle;elbow=vertical;curved=0;rounded=0;" target="68ymO_Sjnk0znAFFcrqy-16" value="Login">
          <mxGeometry relative="1" as="geometry">
            <Array as="points">
              <mxPoint x="2270" y="140" />
            </Array>
            <mxPoint x="1900" y="140" as="sourcePoint" />
            <mxPoint x="2270" y="140" as="targetPoint" />
          </mxGeometry>
        </mxCell>
        <mxCell id="68ymO_Sjnk0znAFFcrqy-18" parent="1" style="text;html=1;whiteSpace=wrap;strokeColor=none;fillColor=none;align=center;verticalAlign=middle;rounded=0;" value="Register User" vertex="1">
          <mxGeometry height="30" width="100" x="1940" y="105" as="geometry" />
        </mxCell>
        <mxCell id="68ymO_Sjnk0znAFFcrqy-19" parent="1" style="text;html=1;whiteSpace=wrap;strokeColor=none;fillColor=none;align=center;verticalAlign=middle;rounded=0;" value="Validate" vertex="1">
          <mxGeometry height="30" width="60" x="2165" y="105" as="geometry" />
        </mxCell>
        <mxCell id="68ymO_Sjnk0znAFFcrqy-20" parent="1" style="text;html=1;whiteSpace=wrap;strokeColor=none;fillColor=none;align=center;verticalAlign=middle;rounded=0;" value="Process Request" vertex="1">
          <mxGeometry height="30" width="60" x="2150" y="145" as="geometry" />
        </mxCell>
        <mxCell id="68ymO_Sjnk0znAFFcrqy-21" parent="1" style="text;html=1;whiteSpace=wrap;strokeColor=none;fillColor=none;align=center;verticalAlign=middle;rounded=0;" value="Save Data" vertex="1">
          <mxGeometry height="30" width="60" x="2410" y="105" as="geometry" />
        </mxCell>
        <mxCell id="68ymO_Sjnk0znAFFcrqy-22" parent="1" style="text;html=1;whiteSpace=wrap;strokeColor=none;fillColor=none;align=center;verticalAlign=middle;rounded=0;" value="Confirm save" vertex="1">
          <mxGeometry height="30" width="80" x="2400" y="145" as="geometry" />
        </mxCell>
-         <mxCell id="68ymO_Sjnk0znAFFcrqy-23" parent="1" style="text;html=1;whiteSpace=wrap;strokeColor=none;fillColor=none;align=center;verticalAlign=middle;rounded=0;" value="Return Response" vertex="1">
-           <mxGeometry height="30" width="60" x="2165" y="235" as="geometry" />
-         </mxCell>
-         <mxCell id="68ymO_Sjnk0znAFFcrqy-24" parent="1" style="text;html=1;whiteSpace=wrap;strokeColor=none;fillColor=none;align=center;verticalAlign=middle;rounded=0;" value="Return Succes/Failure" vertex="1">
-           <mxGeometry height="30" width="140" x="1920" y="215" as="geometry" />
-         </mxCell>
        <mxCell id="7Z1T8ZwHcXeBXznP6D7j-44" parent="1" style="html=1;points=[];perimeter=orthogonalPerimeter;outlineConnect=0;targetShapes=umlLifeline;portConstraint=eastwest;newEdgeStyle={&quot;edgeStyle&quot;:&quot;elbowEdgeStyle&quot;,&quot;elbow&quot;:&quot;vertical&quot;,&quot;curved&quot;:0,&quot;rounded&quot;:0};" value="" vertex="1">
          <mxGeometry height="70" width="10" x="120" y="1180" as="geometry" />
        </mxCell>
        <mxCell id="DhhXMbWg79UAvs8icK3S-5" parent="1" style="text;html=1;whiteSpace=wrap;strokeColor=none;fillColor=none;align=center;verticalAlign=middle;rounded=0;" value="Sijin" vertex="1">
-           <mxGeometry height="30" width="140" x="2140" y="370" as="geometry" />
+           <mxGeometry height="30" width="140" x="2130" y="550" as="geometry" />
        </mxCell>
        <mxCell id="7Z1T8ZwHcXeBXznP6D7j-45" edge="1" parent="1" style="html=1;verticalAlign=bottom;startArrow=oval;endArrow=block;startSize=8;edgeStyle=elbowEdgeStyle;elbow=vertical;curved=0;rounded=0;" value="&lt;div&gt;Request&lt;/div&gt;">
          <mxGeometry relative="1" as="geometry">
            <mxPoint x="67.5" y="1200" as="sourcePoint" />
            <mxPoint x="120" y="1200" as="targetPoint" />
          </mxGeometry>
        </mxCell>
        <mxCell id="7Z1T8ZwHcXeBXznP6D7j-46" edge="1" parent="1" style="html=1;verticalAlign=bottom;startArrow=oval;endArrow=block;startSize=8;edgeStyle=elbowEdgeStyle;elbow=vertical;curved=0;rounded=0;" target="7Z1T8ZwHcXeBXznP6D7j-33" value="Fetch Request for API">
          <mxGeometry relative="1" as="geometry">
            <mxPoint x="130" y="1190" as="sourcePoint" />
            <mxPoint x="182.5" y="1190" as="targetPoint" />
          </mxGeometry>
        </mxCell>
        <mxCell id="7Z1T8ZwHcXeBXznP6D7j-47" edge="1" parent="1" source="7Z1T8ZwHcXeBXznP6D7j-33" style="html=1;verticalAlign=bottom;startArrow=oval;endArrow=block;startSize=8;edgeStyle=elbowEdgeStyle;elbow=vertical;curved=0;rounded=0;" value="Fetch Request for API">
          <mxGeometry relative="1" y="10" as="geometry">
            <mxPoint as="offset" />
            <Array as="points">
              <mxPoint x="630" y="1230" />
            </Array>
            <mxPoint x="500" y="1230" as="sourcePoint" />
            <mxPoint x="769.5" y="1230" as="targetPoint" />
          </mxGeometry>
        </mxCell>
        <mxCell id="7Z1T8ZwHcXeBXznP6D7j-48" edge="1" parent="1" source="7Z1T8ZwHcXeBXznP6D7j-24" style="endArrow=classic;html=1;rounded=0;dashed=1;" target="7Z1T8ZwHcXeBXznP6D7j-33" value="">
          <mxGeometry height="50" relative="1" width="50" as="geometry">
            <Array as="points">
              <mxPoint x="630" y="1260" />
            </Array>
            <mxPoint x="719.5" y="1260" as="sourcePoint" />
            <mxPoint x="540" y="1260" as="targetPoint" />
          </mxGeometry>
        </mxCell>
        <mxCell id="7Z1T8ZwHcXeBXznP6D7j-49" edge="1" parent="1" style="endArrow=classic;html=1;rounded=0;dashed=1;" target="7Z1T8ZwHcXeBXznP6D7j-44" value="">
          <mxGeometry height="50" relative="1" width="50" as="geometry">
            <Array as="points">
              <mxPoint x="400" y="1260" />
              <mxPoint x="400" y="1210" />
            </Array>
            <mxPoint x="434.75" y="1260" as="sourcePoint" />
            <mxPoint x="270" y="1260" as="targetPoint" />
          </mxGeometry>
        </mxCell>
        <mxCell id="7Z1T8ZwHcXeBXznP6D7j-50" edge="1" parent="1" style="endArrow=classic;html=1;rounded=0;dashed=1;" value="">
          <mxGeometry height="50" relative="1" width="50" as="geometry">
            <Array as="points">
              <mxPoint x="90" y="1214.75" />
            </Array>
            <mxPoint x="120" y="1214.75" as="sourcePoint" />
            <mxPoint x="65" y="1214.75" as="targetPoint" />
          </mxGeometry>
        </mxCell>
        <mxCell id="7Z1T8ZwHcXeBXznP6D7j-51" edge="1" parent="1" style="html=1;verticalAlign=bottom;startArrow=oval;endArrow=block;startSize=8;edgeStyle=elbowEdgeStyle;elbow=vertical;curved=0;rounded=0;" value="&lt;div&gt;Launch Site&lt;/div&gt;">
          <mxGeometry relative="1" as="geometry">
            <mxPoint x="67.5" y="1260" as="sourcePoint" />
            <mxPoint x="182.5" y="1260" as="targetPoint" />
+           </mxGeometry>
+         </mxCell>
+         <mxCell id="DqHyfR3eGS3xM4o2pyak-12" parent="1" style="html=1;points=[];perimeter=orthogonalPerimeter;outlineConnect=0;targetShapes=umlLifeline;portConstraint=eastwest;newEdgeStyle={&quot;edgeStyle&quot;:&quot;elbowEdgeStyle&quot;,&quot;elbow&quot;:&quot;vertical&quot;,&quot;curved&quot;:0,&quot;rounded&quot;:0};" value="" vertex="1">
+           <mxGeometry height="30" width="10" x="2285" y="210" as="geometry" />
+         </mxCell>
+         <mxCell id="DqHyfR3eGS3xM4o2pyak-13" edge="1" parent="1" source="DqHyfR3eGS3xM4o2pyak-10" style="html=1;verticalAlign=bottom;startArrow=oval;endArrow=block;startSize=8;edgeStyle=elbowEdgeStyle;elbow=vertical;curved=0;rounded=0;" target="DqHyfR3eGS3xM4o2pyak-12" value="Find a property">
+           <mxGeometry relative="1" x="-0.6456" y="5" as="geometry">
+             <mxPoint as="offset" />
+             <Array as="points">
+               <mxPoint x="2270" y="215" />
+             </Array>
+             <mxPoint x="1900" y="215" as="sourcePoint" />
+             <mxPoint x="2270" y="215" as="targetPoint" />
+           </mxGeometry>
+         </mxCell>
+         <mxCell id="DqHyfR3eGS3xM4o2pyak-15" edge="1" parent="1" style="html=1;verticalAlign=bottom;startArrow=oval;endArrow=block;startSize=8;edgeStyle=elbowEdgeStyle;elbow=vertical;curved=0;rounded=0;" value="Search Property">
+           <mxGeometry relative="1" x="-0.2759" y="5" as="geometry">
+             <mxPoint as="offset" />
+             <Array as="points">
+               <mxPoint x="2460" y="225" />
+             </Array>
+             <mxPoint x="2295" y="225" as="sourcePoint" />
+             <mxPoint x="2585" y="225" as="targetPoint" />
+           </mxGeometry>
+         </mxCell>
+         <mxCell id="DqHyfR3eGS3xM4o2pyak-17" edge="1" parent="1" source="68ymO_Sjnk0znAFFcrqy-6" style="html=1;verticalAlign=bottom;endArrow=open;dashed=1;endSize=8;edgeStyle=elbowEdgeStyle;elbow=vertical;curved=0;rounded=0;" target="DqHyfR3eGS3xM4o2pyak-10" value="Return property">
+           <mxGeometry relative="1" x="-0.0072" as="geometry">
+             <mxPoint as="offset" />
+             <Array as="points">
+               <mxPoint x="2340" y="260" />
+             </Array>
+             <mxPoint x="2550" y="260" as="sourcePoint" />
+             <mxPoint x="2295" y="260" as="targetPoint" />
+           </mxGeometry>
+         </mxCell>
+         <mxCell id="DqHyfR3eGS3xM4o2pyak-21" edge="1" parent="1" source="DqHyfR3eGS3xM4o2pyak-20" style="html=1;verticalAlign=bottom;startArrow=oval;endArrow=block;startSize=8;edgeStyle=elbowEdgeStyle;elbow=vertical;curved=0;rounded=0;exitX=1;exitY=0.125;exitDx=0;exitDy=0;exitPerimeter=0;" target="DqHyfR3eGS3xM4o2pyak-22" value="Create booking">
+           <mxGeometry relative="1" x="-0.6456" y="5" as="geometry">
+             <mxPoint as="offset" />
+             <Array as="points">
+               <mxPoint x="2160" y="300" />
+             </Array>
+             <mxPoint x="1900" y="300" as="sourcePoint" />
+             <mxPoint x="2250" y="300" as="targetPoint" />
+           </mxGeometry>
+         </mxCell>
+         <mxCell id="DqHyfR3eGS3xM4o2pyak-23" edge="1" parent="1" style="html=1;verticalAlign=bottom;startArrow=oval;endArrow=block;startSize=8;edgeStyle=elbowEdgeStyle;elbow=vertical;curved=0;rounded=0;" value="Check availibility">
+           <mxGeometry relative="1" as="geometry">
+             <mxPoint as="offset" />
+             <Array as="points" />
+             <mxPoint x="2295" y="307.1586206896552" as="sourcePoint" />
+             <mxPoint x="2585" y="307.1586206896552" as="targetPoint" />
+           </mxGeometry>
+         </mxCell>
+         <mxCell id="DqHyfR3eGS3xM4o2pyak-25" edge="1" parent="1" source="DqHyfR3eGS3xM4o2pyak-24" style="html=1;verticalAlign=bottom;endArrow=open;dashed=1;endSize=8;edgeStyle=elbowEdgeStyle;elbow=vertical;curved=0;rounded=0;" target="68ymO_Sjnk0znAFFcrqy-14" value="Return availibility">
+           <mxGeometry relative="1" x="-0.0072" as="geometry">
+             <mxPoint as="offset" />
+             <Array as="points">
+               <mxPoint x="2485" y="330" />
+             </Array>
+             <mxPoint x="2560" y="330" as="sourcePoint" />
+             <mxPoint x="2310" y="330" as="targetPoint" />
+           </mxGeometry>
+         </mxCell>
+         <mxCell id="DqHyfR3eGS3xM4o2pyak-27" edge="1" parent="1" style="html=1;verticalAlign=bottom;startArrow=oval;endArrow=block;startSize=8;edgeStyle=elbowEdgeStyle;elbow=vertical;curved=0;rounded=0;" target="DqHyfR3eGS3xM4o2pyak-26" value="Create booking">
+           <mxGeometry relative="1" x="-0.0018" as="geometry">
+             <mxPoint as="offset" />
+             <Array as="points" />
+             <mxPoint x="2295" y="369.99862068965524" as="sourcePoint" />
+             <mxPoint x="2560" y="370" as="targetPoint" />
+           </mxGeometry>
+         </mxCell>
+         <mxCell id="DqHyfR3eGS3xM4o2pyak-28" edge="1" parent="1" source="DqHyfR3eGS3xM4o2pyak-26" style="html=1;verticalAlign=bottom;endArrow=open;dashed=1;endSize=8;edgeStyle=elbowEdgeStyle;elbow=vertical;curved=0;rounded=0;" target="DqHyfR3eGS3xM4o2pyak-22" value="Return booking id">
+           <mxGeometry relative="1" x="-0.0072" as="geometry">
+             <mxPoint as="offset" />
+             <Array as="points">
+               <mxPoint x="2510" y="400" />
+             </Array>
+             <mxPoint x="2560" y="400" as="sourcePoint" />
+             <mxPoint x="2310" y="400" as="targetPoint" />
+           </mxGeometry>
+         </mxCell>
+         <mxCell id="DqHyfR3eGS3xM4o2pyak-29" edge="1" parent="1" source="DqHyfR3eGS3xM4o2pyak-22" style="html=1;verticalAlign=bottom;endArrow=open;dashed=1;endSize=8;edgeStyle=elbowEdgeStyle;elbow=vertical;curved=0;rounded=0;" target="DqHyfR3eGS3xM4o2pyak-20" value="Success">
+           <mxGeometry relative="1" x="-0.0072" as="geometry">
+             <mxPoint as="offset" />
+             <Array as="points">
+               <mxPoint x="2175" y="420" />
+             </Array>
+             <mxPoint x="2250" y="420" as="sourcePoint" />
+             <mxPoint x="1960" y="420" as="targetPoint" />
          </mxGeometry>
        </mxCell>
      </root>
    </mxGraphModel>
  </diagram>
</mxfile>
